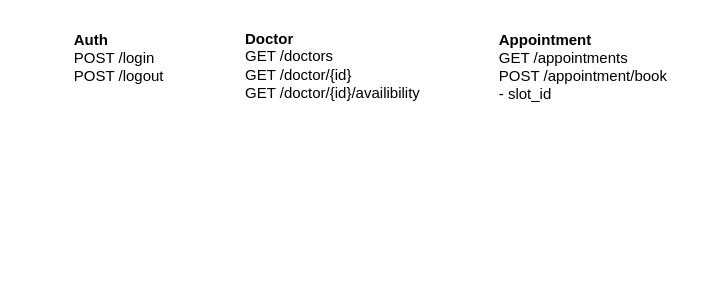
Nhinlee/system-design-practice keeps this draw.io diagram as page "APIs" (3 of 3) of projects/clinic_appointment_system/Untitled Diagram.drawio. Above is the earlier version. Source tidied: cells renumbered, new cells numbered last; positions are measured from the earlier drawing's top-left corner, leaving out a move shared by most shapes. Both pictures are drawn from the tidied source at 125%, with x=0, y=0 at pixel (71, 21).
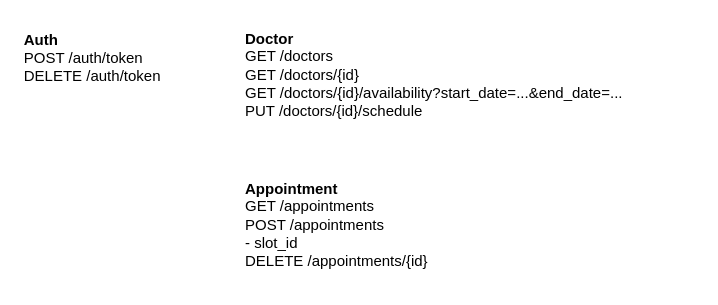
The same page after the edit.

What changed in the source:
```diff
@@
 <mxGraphModel>
   <root>
     <mxCell id="0" />
     <mxCell id="1" parent="0" />
-    <mxCell id="2" value="&lt;div&gt;&lt;b&gt;Auth&lt;/b&gt;&lt;/div&gt;&lt;div&gt;&lt;span style=&quot;background-color: transparent; color: light-dark(rgb(0, 0, 0), rgb(255, 255, 255));&quot;&gt;POST /login&lt;/span&gt;&lt;/div&gt;&lt;div&gt;POST /logout&lt;/div&gt;" style="text;html=1;align=left;verticalAlign=top;strokeColor=none;fillColor=none;horizontal=1;labelPosition=center;verticalLabelPosition=middle;" parent="1" vertex="1">
-      <mxGeometry y="1" width="100" height="60" as="geometry" />
+    <mxCell id="2" value="&lt;div&gt;&lt;b&gt;Auth&lt;/b&gt;&lt;/div&gt;&lt;div&gt;POST /auth/token&lt;/div&gt;&lt;div&gt;DELETE /auth/token&lt;/div&gt;" style="text;html=1;align=left;verticalAlign=top;strokeColor=none;fillColor=none;horizontal=1;labelPosition=center;verticalLabelPosition=middle;" parent="1" vertex="1">
+      <mxGeometry x="-40" y="1" width="130" height="60" as="geometry" />
     </mxCell>
-    <mxCell id="3" value="&lt;div&gt;&lt;b&gt;Doctor&lt;/b&gt;&lt;/div&gt;&lt;div&gt;GET /doctors&lt;/div&gt;&lt;div&gt;&lt;span style=&quot;background-color: transparent; color: light-dark(rgb(0, 0, 0), rgb(255, 255, 255));&quot;&gt;GET /doctor/{id}&lt;/span&gt;&lt;/div&gt;&lt;div&gt;GET /doctor/{id}/availibility&lt;/div&gt;" style="text;html=1;align=left;verticalAlign=top;strokeColor=none;fillColor=none;horizontal=1;labelPosition=center;verticalLabelPosition=middle;" parent="1" vertex="1">
-      <mxGeometry x="137" width="160" height="70" as="geometry" />
+    <mxCell id="3" value="&lt;div&gt;&lt;b&gt;Doctor&lt;/b&gt;&lt;/div&gt;&lt;div&gt;GET /doctors&lt;/div&gt;&lt;div&gt;&lt;span style=&quot;background-color: transparent; color: light-dark(rgb(0, 0, 0), rgb(255, 255, 255));&quot;&gt;GET /doctors/{id}&lt;/span&gt;&lt;/div&gt;&lt;div&gt;GET /doctors/{id}/availability?start_date=...&amp;amp;end_date=...&lt;/div&gt;&lt;div&gt;PUT /doctors/{id}/schedule&lt;/div&gt;" style="text;html=1;align=left;verticalAlign=top;strokeColor=none;fillColor=none;horizontal=1;labelPosition=center;verticalLabelPosition=middle;" parent="1" vertex="1">
+      <mxGeometry x="137" width="330" height="90" as="geometry" />
     </mxCell>
-    <mxCell id="4" value="&lt;div&gt;&lt;b&gt;Appointment&lt;/b&gt;&lt;/div&gt;&lt;div&gt;GET /appointments&lt;/div&gt;&lt;div&gt;POST /appointment/book&lt;/div&gt;&lt;div&gt;- slot_id&lt;/div&gt;" style="text;html=1;align=left;verticalAlign=top;strokeColor=none;fillColor=none;horizontal=1;labelPosition=center;verticalLabelPosition=middle;" parent="1" vertex="1">
-      <mxGeometry x="340" y="1" width="160" height="70" as="geometry" />
+    <mxCell id="4" value="&lt;div&gt;&lt;b&gt;Appointment&lt;/b&gt;&lt;/div&gt;&lt;div&gt;GET /appointments&lt;/div&gt;&lt;div&gt;&lt;span style=&quot;background-color: transparent; color: light-dark(rgb(0, 0, 0), rgb(255, 255, 255));&quot;&gt;POST /appointments&lt;/span&gt;&lt;/div&gt;&lt;div&gt;&lt;span style=&quot;background-color: transparent; color: light-dark(rgb(0, 0, 0), rgb(255, 255, 255));&quot;&gt;- slot_id&lt;/span&gt;&lt;/div&gt;&lt;div&gt;DELETE /appointments/{id}&lt;span style=&quot;background-color: transparent; color: light-dark(rgb(0, 0, 0), rgb(255, 255, 255));&quot;&gt;&lt;/span&gt;&lt;/div&gt;" style="text;html=1;align=left;verticalAlign=top;strokeColor=none;fillColor=none;horizontal=1;labelPosition=center;verticalLabelPosition=middle;" parent="1" vertex="1">
+      <mxGeometry x="137" y="120" width="170" height="90" as="geometry" />
     </mxCell>
   </root>
 </mxGraphModel>
```
